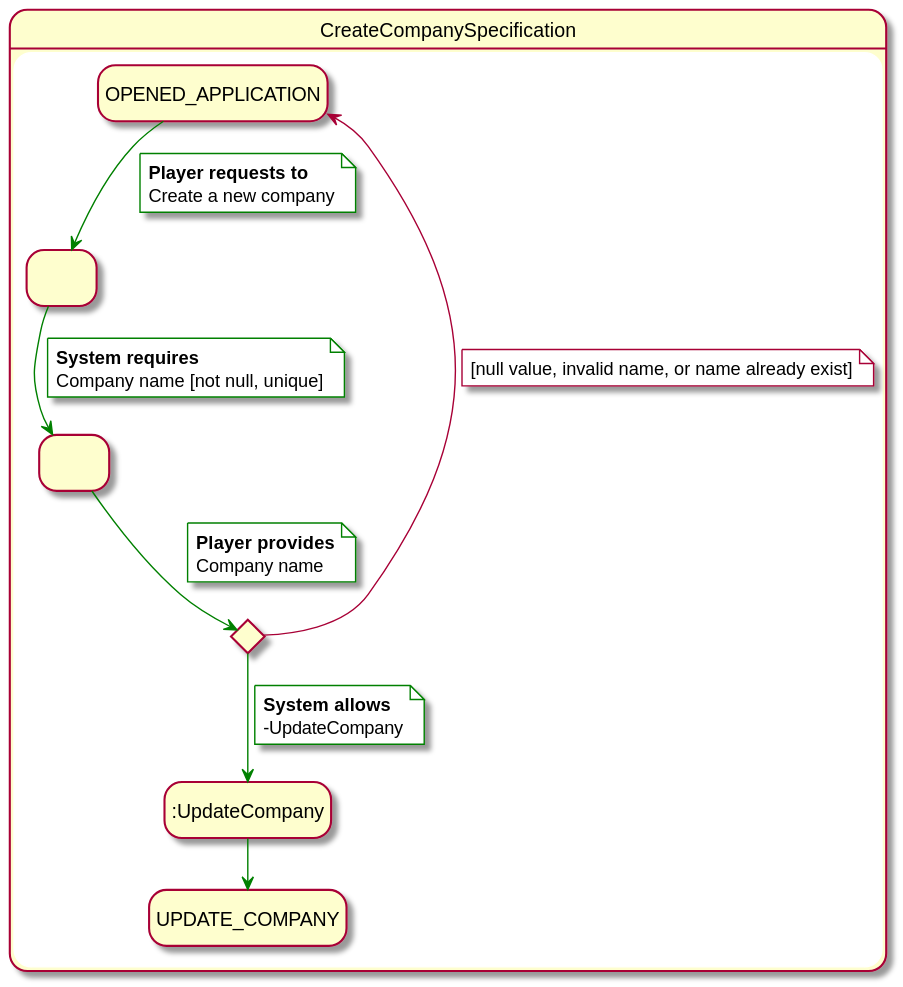
Earlier version of the PlantUML export docs/src/useCaseView/specification/createCompany.svg (jumpering/pestmonitors).
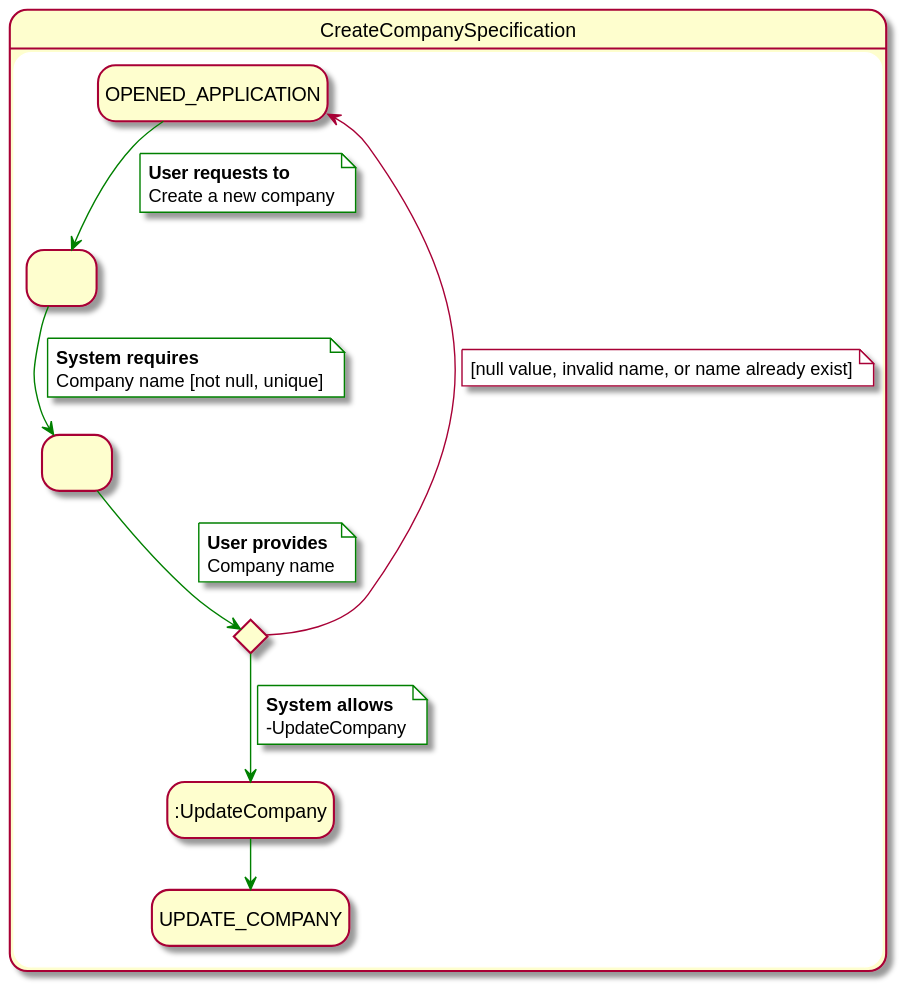
The same diagram one commit later.

The edit, as a diff of the source:
```diff
@@ -11,7 +11,7 @@
 
 OPENED_APPLICATION -[#green]-> creatingCompany
 note on link #white
-  <b>Player requests to
+  <b>User requests to
   Create a new company
 end note
 
@@ -23,7 +23,7 @@
 
 creatingCompany2 -[#green]-> invalidCompanyName
 note on link
-  <b>Player provides
+  <b>User provides
   Company name
 end note
 
```
